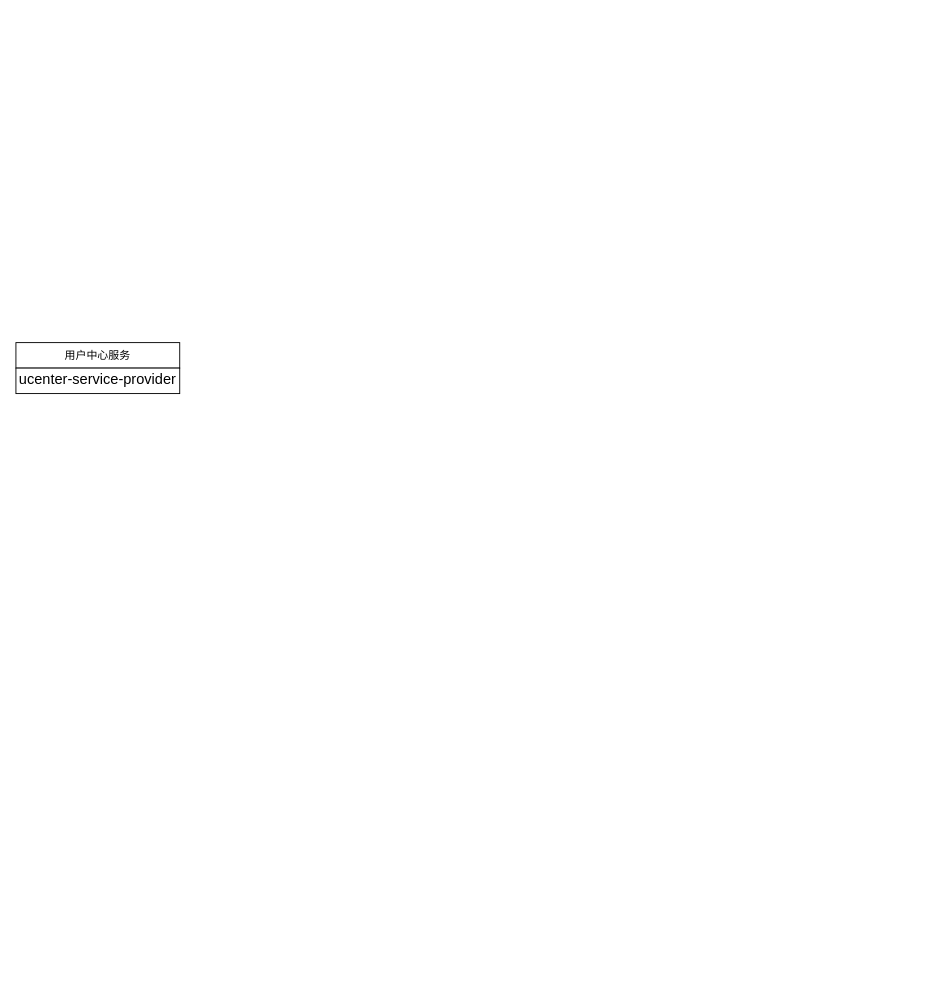
Earlier version of the draw.io diagram page "第 2 页" (2 of 2) of v8+融合收入.drawio (ifelsewang/draw). Source tidied: cells renumbered, new cells numbered last; positions are measured from the earlier drawing's top-left corner, leaving out a move shared by most shapes. Both pictures are drawn from the tidied source at 91%, with x=0, y=0 at pixel (15, 342).
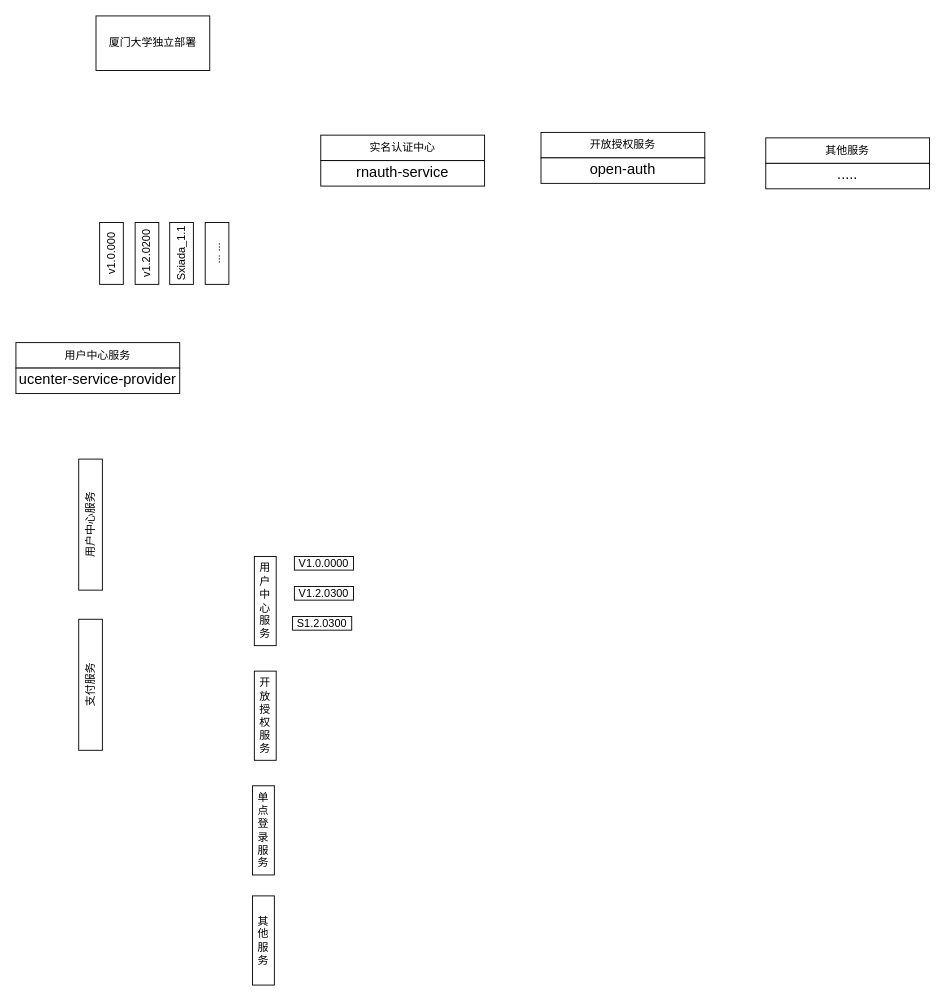
After the change.

Commit message:
更新v8+融合收入.drawio

What changed in the source:
```diff
@@
-    <mxCell id="2" style="group;" parent="1" vertex="1">
+    <mxCell id="2" style="group;horizontal=0;" parent="1" vertex="1">
       <mxGeometry width="180" height="56" as="geometry" />
     </mxCell>
@@
+    <mxCell id="5" style="group;" parent="1" vertex="1">
+      <mxGeometry x="335" y="-228" width="180" height="56" as="geometry" />
+    </mxCell>
+    <mxCell id="6" value="实名认证中心" style="rounded=0;whiteSpace=wrap;html=1;" parent="5" vertex="1">
+      <mxGeometry width="180" height="28" as="geometry" />
+    </mxCell>
+    <mxCell id="7" value="&lt;div class=&quot;lake-content&quot;&gt;&lt;div class=&quot;lake-content&quot;&gt;&lt;p id=&quot;udd99ffde&quot; class=&quot;ne-p&quot; style=&quot;margin: 0 ; padding: 0 ; min-height: 24px&quot;&gt;&lt;span class=&quot;ne-text&quot; style=&quot;font-size: 16px&quot;&gt;rnauth-service&lt;/span&gt;&lt;/p&gt;&lt;/div&gt;&lt;/div&gt;" style="rounded=0;whiteSpace=wrap;html=1;" parent="5" vertex="1">
+      <mxGeometry y="28" width="180" height="28" as="geometry" />
+    </mxCell>
+    <mxCell id="8" style="group;" parent="1" vertex="1">
+      <mxGeometry x="577" y="-231" width="180" height="56" as="geometry" />
+    </mxCell>
+    <mxCell id="9" value="开放授权服务" style="rounded=0;whiteSpace=wrap;html=1;" parent="8" vertex="1">
+      <mxGeometry width="180" height="28" as="geometry" />
+    </mxCell>
+    <mxCell id="10" value="&lt;div class=&quot;lake-content&quot;&gt;&lt;div class=&quot;lake-content&quot;&gt;&lt;div class=&quot;lake-content&quot;&gt;&lt;p id=&quot;uaae85614&quot; class=&quot;ne-p&quot; style=&quot;margin: 0 ; padding: 0 ; min-height: 24px&quot;&gt;&lt;span class=&quot;ne-text&quot; style=&quot;font-size: 16px&quot;&gt;open-auth&lt;/span&gt;&lt;/p&gt;&lt;/div&gt;&lt;/div&gt;&lt;/div&gt;" style="rounded=0;whiteSpace=wrap;html=1;" parent="8" vertex="1">
+      <mxGeometry y="28" width="180" height="28" as="geometry" />
+    </mxCell>
+    <mxCell id="11" style="group;" parent="1" vertex="1">
+      <mxGeometry x="824" y="-225" width="180" height="56" as="geometry" />
+    </mxCell>
+    <mxCell id="12" value="其他服务" style="rounded=0;whiteSpace=wrap;html=1;" parent="11" vertex="1">
+      <mxGeometry width="180" height="28" as="geometry" />
+    </mxCell>
+    <mxCell id="13" value="&lt;div class=&quot;lake-content&quot;&gt;&lt;div class=&quot;lake-content&quot;&gt;&lt;div class=&quot;lake-content&quot;&gt;&lt;p id=&quot;uaae85614&quot; class=&quot;ne-p&quot; style=&quot;margin: 0 ; padding: 0 ; min-height: 24px&quot;&gt;&lt;span class=&quot;ne-text&quot; style=&quot;font-size: 16px&quot;&gt;.....&lt;/span&gt;&lt;/p&gt;&lt;/div&gt;&lt;/div&gt;&lt;/div&gt;" style="rounded=0;whiteSpace=wrap;html=1;" parent="11" vertex="1">
+      <mxGeometry y="28" width="180" height="28" as="geometry" />
+    </mxCell>
+    <mxCell id="14" value="v1.0.000" style="rounded=0;whiteSpace=wrap;html=1;horizontal=0;" parent="1" vertex="1">
+      <mxGeometry x="92" y="-132" width="26" height="68" as="geometry" />
+    </mxCell>
+    <mxCell id="15" value="v1.2.0200" style="rounded=0;whiteSpace=wrap;html=1;horizontal=0;" parent="1" vertex="1">
+      <mxGeometry x="131" y="-132" width="26" height="68" as="geometry" />
+    </mxCell>
+    <mxCell id="16" value="Sxiada_1.1" style="rounded=0;whiteSpace=wrap;html=1;horizontal=0;" parent="1" vertex="1">
+      <mxGeometry x="169" y="-132" width="26" height="68" as="geometry" />
+    </mxCell>
+    <mxCell id="17" value="... ..." style="rounded=0;whiteSpace=wrap;html=1;horizontal=0;" parent="1" vertex="1">
+      <mxGeometry x="208" y="-132" width="26" height="68" as="geometry" />
+    </mxCell>
+    <mxCell id="18" value="厦门大学独立部署" style="rounded=0;whiteSpace=wrap;html=1;" parent="1" vertex="1">
+      <mxGeometry x="88" y="-359" width="125" height="60" as="geometry" />
+    </mxCell>
+    <mxCell id="19" value="用户中心服务" style="rounded=0;whiteSpace=wrap;html=1;horizontal=0;" parent="1" vertex="1">
+      <mxGeometry x="69" y="128" width="26" height="144" as="geometry" />
+    </mxCell>
+    <mxCell id="20" value="支付服务" style="rounded=0;whiteSpace=wrap;html=1;horizontal=0;textDirection=rtl;direction=east;" parent="1" vertex="1">
+      <mxGeometry x="69" y="304" width="26" height="144" as="geometry" />
+    </mxCell>
+    <mxCell id="21" value="开放授权服务" style="rounded=0;whiteSpace=wrap;html=1;horizontal=1;" parent="1" vertex="1">
+      <mxGeometry x="262" y="361" width="24" height="98" as="geometry" />
+    </mxCell>
+    <mxCell id="22" value="用户中心服务" style="rounded=0;whiteSpace=wrap;html=1;horizontal=1;" parent="1" vertex="1">
+      <mxGeometry x="262" y="235" width="24" height="98" as="geometry" />
+    </mxCell>
+    <mxCell id="23" value="单点登录服务" style="rounded=0;whiteSpace=wrap;html=1;horizontal=1;" parent="1" vertex="1">
+      <mxGeometry x="260" y="487" width="24" height="98" as="geometry" />
+    </mxCell>
+    <mxCell id="24" value="其他服务" style="rounded=0;whiteSpace=wrap;html=1;horizontal=1;" parent="1" vertex="1">
+      <mxGeometry x="260" y="608" width="24" height="98" as="geometry" />
+    </mxCell>
+    <mxCell id="25" value="V1.0.0000" style="rounded=0;whiteSpace=wrap;html=1;" parent="1" vertex="1">
+      <mxGeometry x="306" y="235" width="65" height="15" as="geometry" />
+    </mxCell>
+    <mxCell id="26" value="V1.2.0300" style="rounded=0;whiteSpace=wrap;html=1;" parent="1" vertex="1">
+      <mxGeometry x="306" y="268" width="65" height="15" as="geometry" />
+    </mxCell>
+    <mxCell id="27" value="S1.2.0300" style="rounded=0;whiteSpace=wrap;html=1;" parent="1" vertex="1">
+      <mxGeometry x="304" y="301" width="65" height="15" as="geometry" />
+    </mxCell>
```
